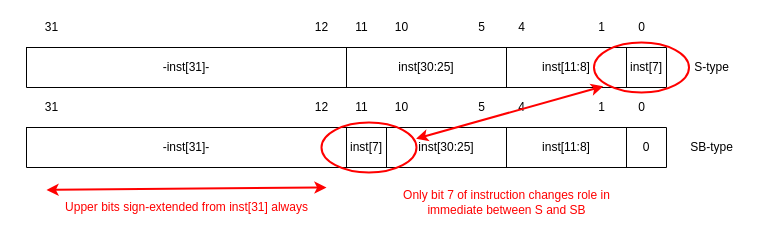
zhiyuan5986/draw_io keeps this draw.io diagram as draw/CO-final-3_4.drawio. Above is the earlier version. Source tidied: cells renumbered, new cells numbered last; positions are measured from the earlier drawing's top-left corner, leaving out a move shared by most shapes. Both pictures are drawn from the tidied source at 100%, with x=0, y=0 at pixel (26, 17).
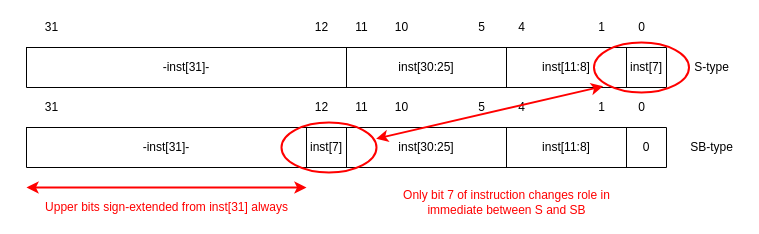
Above is the later version.

The change refers to these unchanged cells:
```xml
<mxCell id="11" style="shape=tableRow;horizontal=0;startSize=0;swimlaneHead=0;swimlaneBody=0;top=0;left=0;bottom=0;right=0;fillColor=none;" parent="10" vertex="1">
  <mxGeometry width="640" height="40" as="geometry" />
</mxCell>
```

The edit, as a diff of the source:
```diff
@@
     <mxCell id="12" value="-inst[31]-" style="shape=partialRectangle;html=1;whiteSpace=wrap;overflow=hidden;fillColor=none;top=0;left=0;bottom=0;right=0;" parent="11" vertex="1">
-      <mxGeometry width="320" height="40" as="geometry" />
+      <mxGeometry width="280" height="40" as="geometry" />
     </mxCell>
     <mxCell id="13" value="inst[7]" style="shape=partialRectangle;html=1;whiteSpace=wrap;overflow=hidden;fillColor=none;top=0;left=0;bottom=0;right=0;" parent="11" vertex="1">
-      <mxGeometry x="320" width="40" height="40" as="geometry" />
+      <mxGeometry x="280" width="40" height="40" as="geometry" />
     </mxCell>
     <mxCell id="14" value="inst[30:25]" style="shape=partialRectangle;html=1;whiteSpace=wrap;overflow=hidden;fillColor=none;top=0;left=0;bottom=0;right=0;" parent="11" vertex="1">
-      <mxGeometry x="360" width="120" height="40" as="geometry" />
+      <mxGeometry x="320" width="160" height="40" as="geometry" />
     </mxCell>
@@
     <mxCell id="34" style="ellipse;whiteSpace=wrap;html=1;fillColor=none;strokeColor=#FF0000;strokeWidth=2;" parent="1" vertex="1">
-      <mxGeometry x="295" y="105" width="95" height="50" as="geometry" />
+      <mxGeometry x="255" y="105" width="95" height="50" as="geometry" />
     </mxCell>
@@
-    <mxCell id="36" style="endArrow=classic;startArrow=classic;html=1;rounded=0;strokeColor=#FF0000;strokeWidth=2;exitX=0.996;exitY=0.324;exitDx=0;exitDy=0;exitPerimeter=0;" parent="1" edge="1">
+    <mxCell id="36" style="endArrow=classic;startArrow=classic;html=1;rounded=0;strokeColor=#FF0000;strokeWidth=2;" parent="1" edge="1">
       <mxGeometry relative="1" as="geometry">
-        <mxPoint x="20" y="172.4" as="sourcePoint" />
-        <mxPoint x="300" y="170" as="targetPoint" />
+        <mxPoint y="170" as="sourcePoint" />
+        <mxPoint x="280" y="170" as="targetPoint" />
       </mxGeometry>
     </mxCell>
     <mxCell id="37" value="&lt;font color=&quot;#ff0000&quot;&gt;Upper bits sign-extended from inst[31] always&lt;/font&gt;" style="text;html=1;align=center;verticalAlign=middle;strokeColor=none;fillColor=none;" parent="1" vertex="1">
-      <mxGeometry x="30" y="180" width="260" height="20" as="geometry" />
+      <mxGeometry x="10" y="180" width="260" height="20" as="geometry" />
     </mxCell>
```
